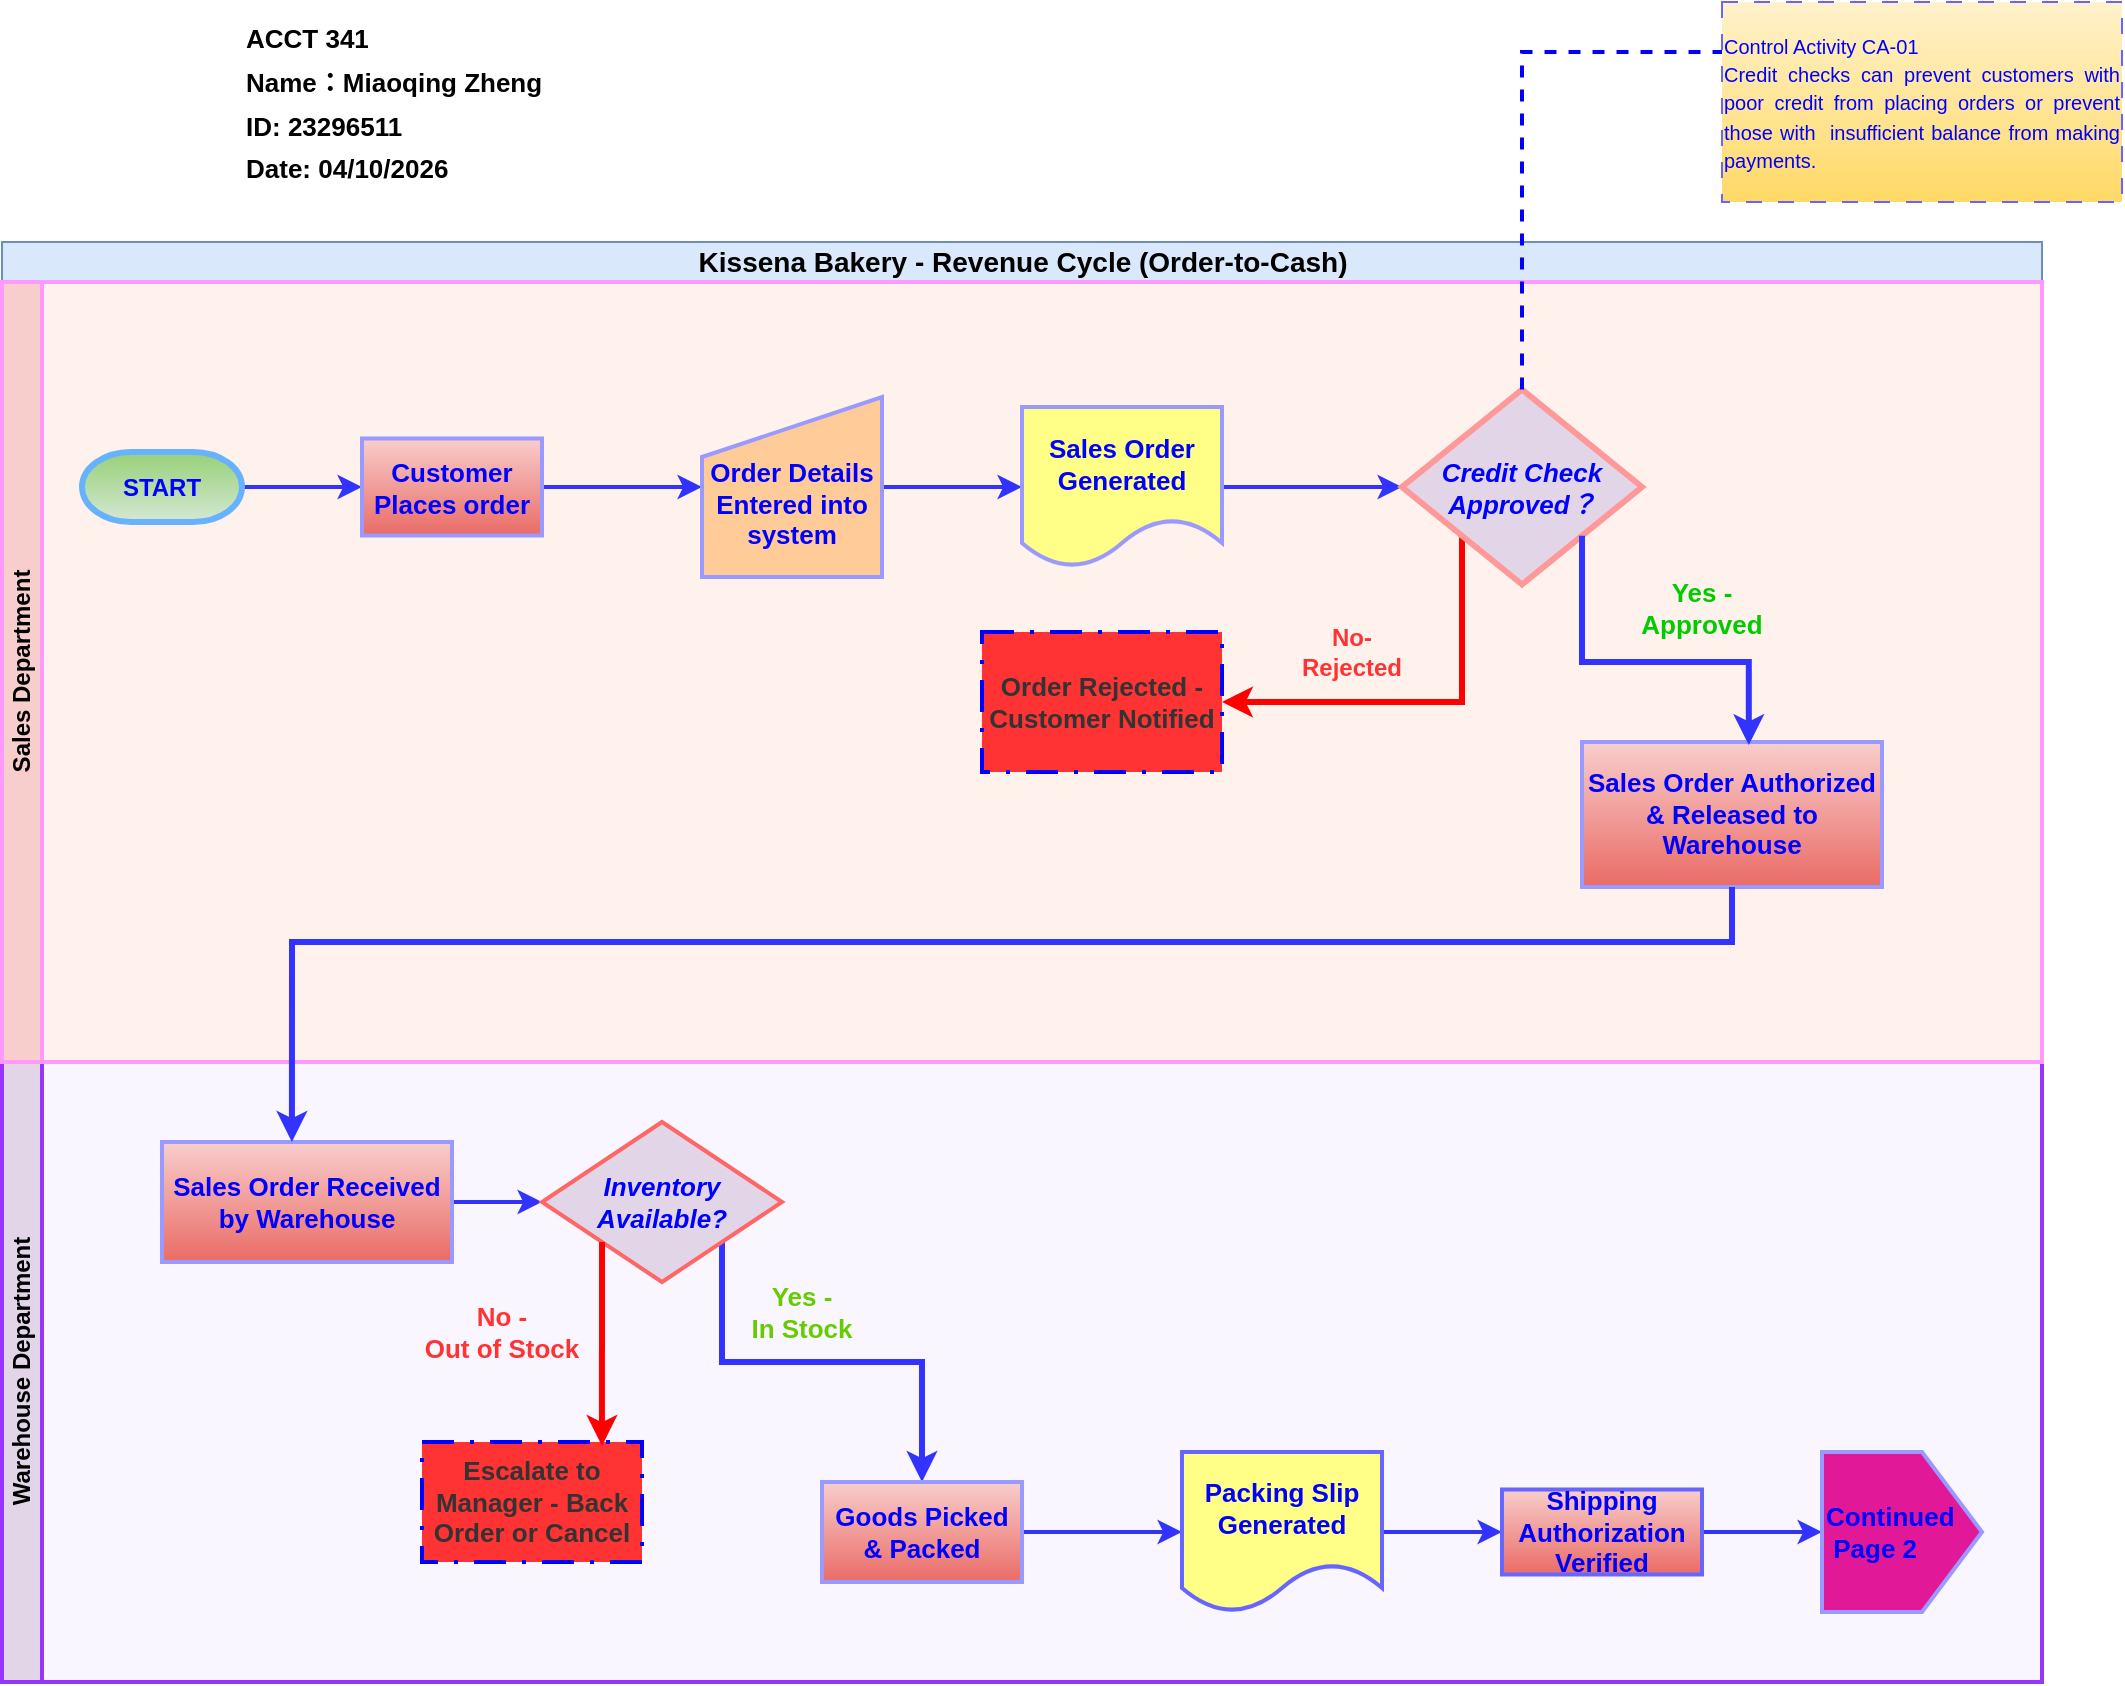
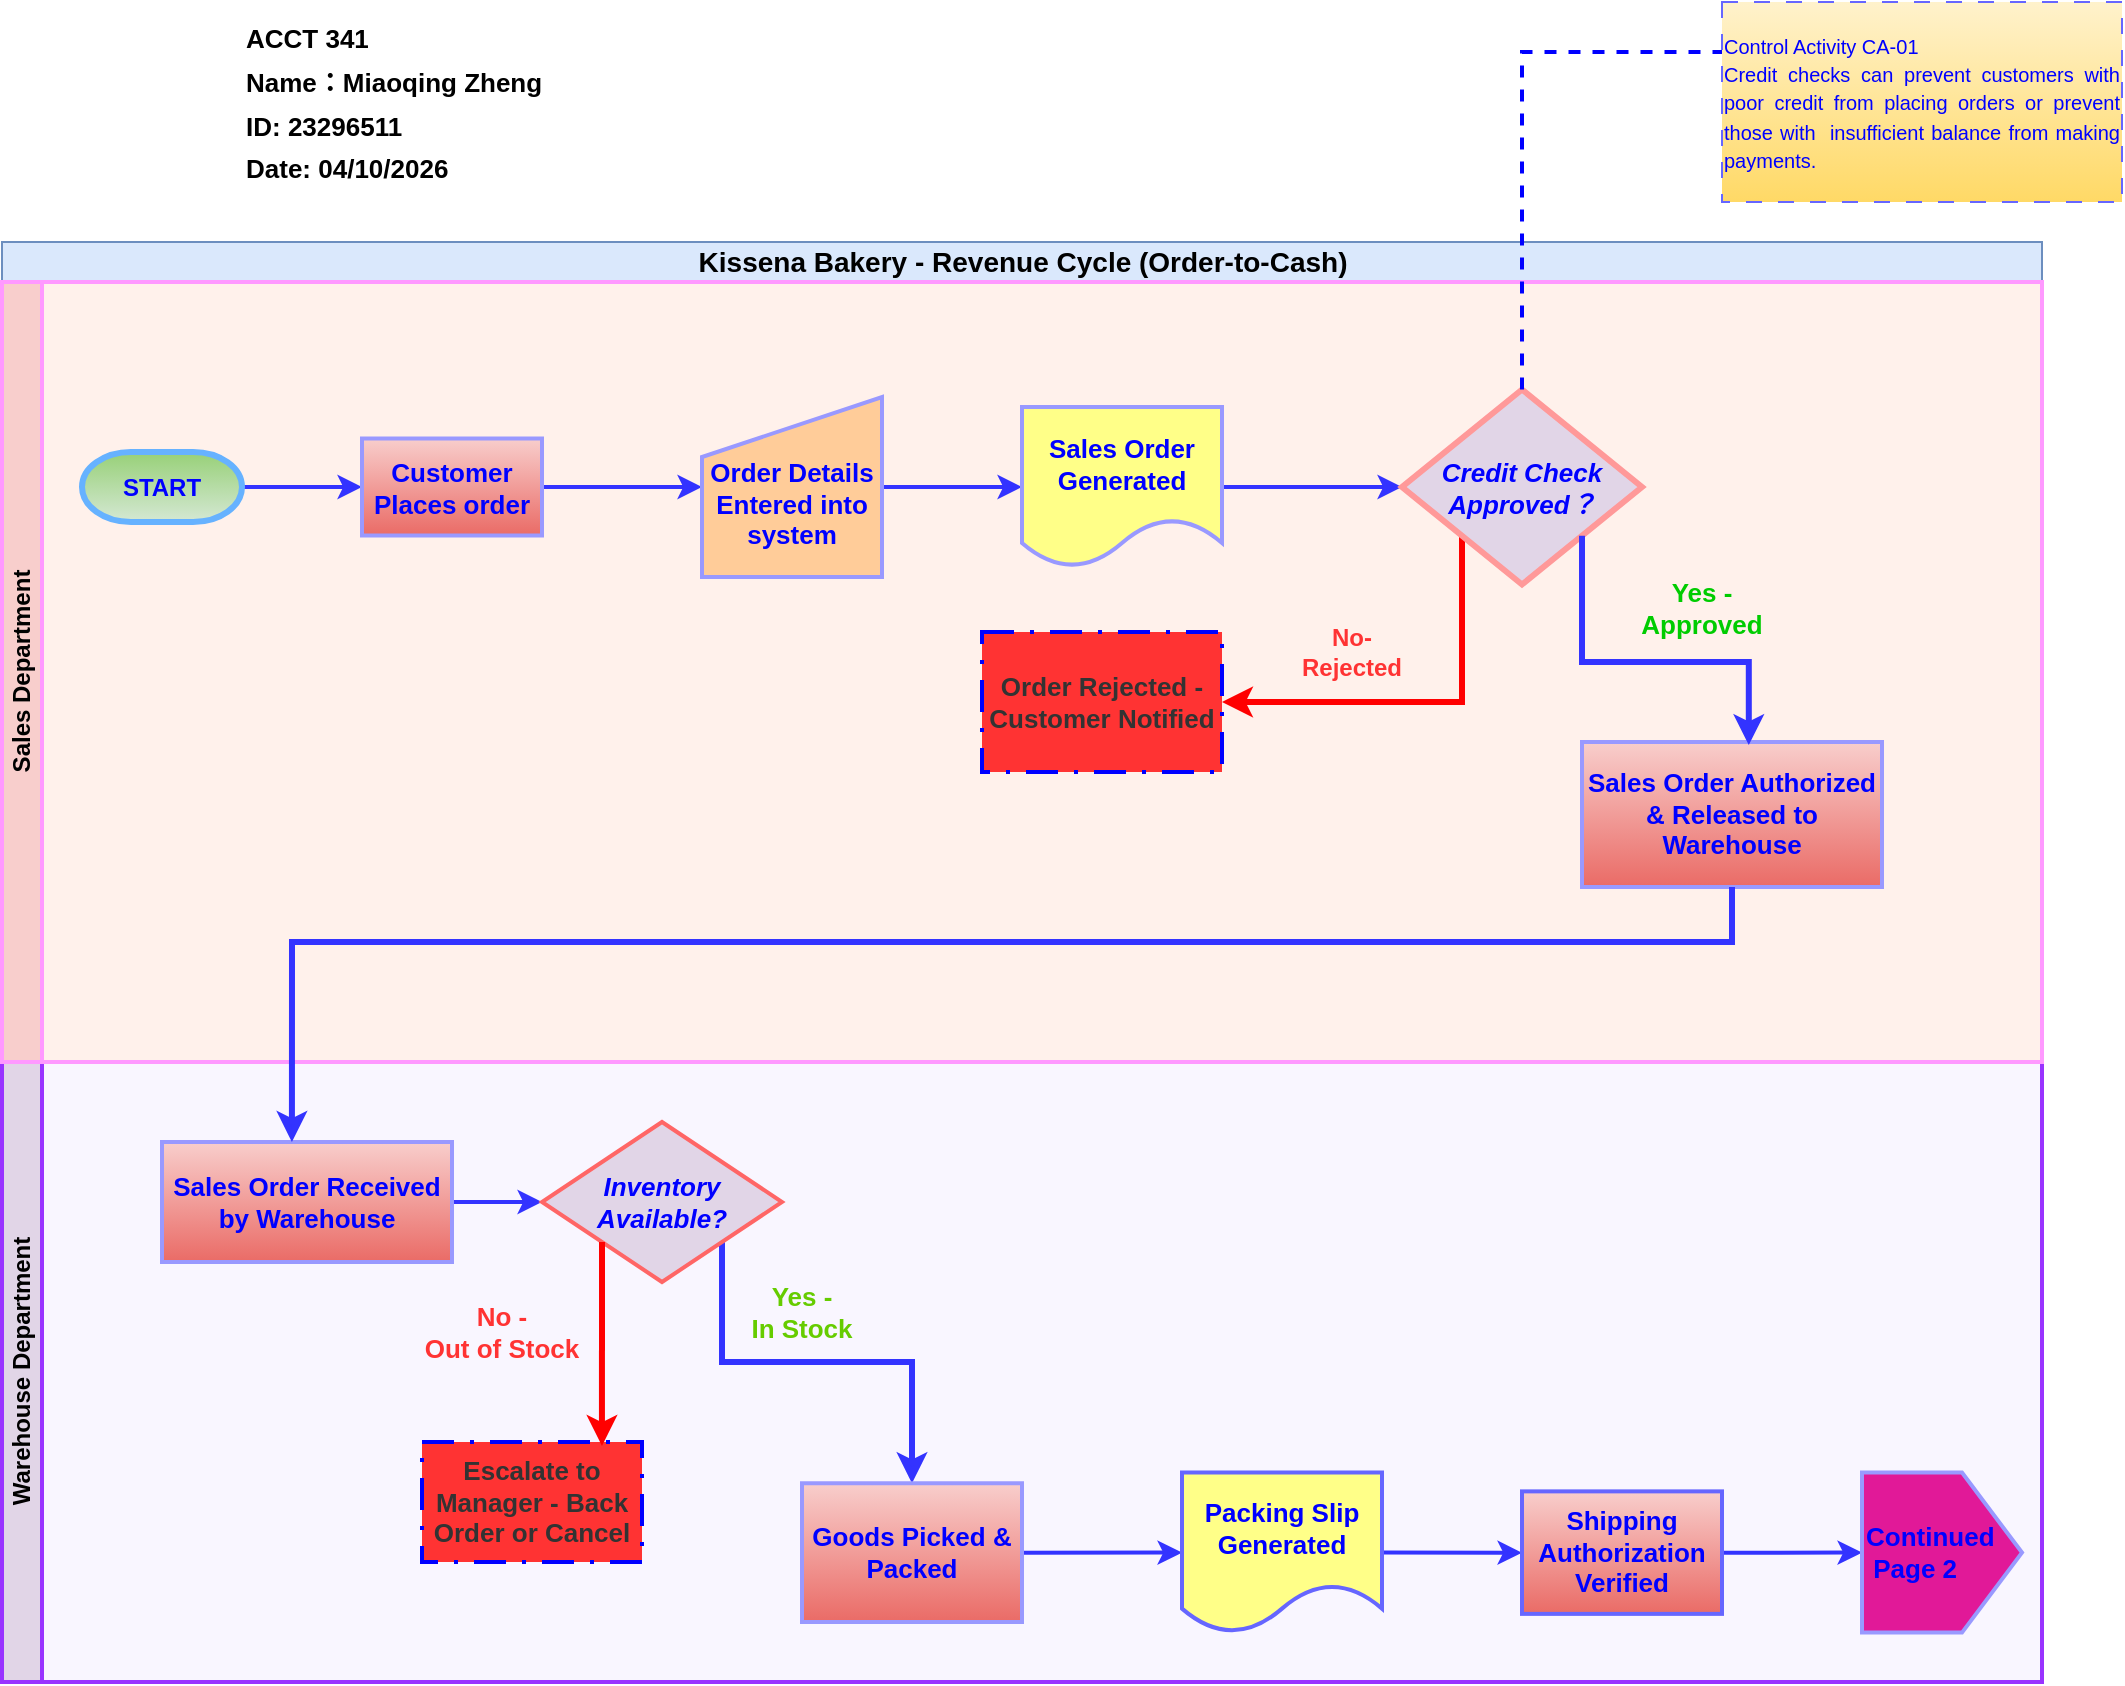
<mxfile host="app.diagrams.net" agent="Mozilla/5.0 (Windows NT 10.0; Win64; x64) AppleWebKit/537.36 (KHTML, like Gecko) Chrome/146.0.0.0 Safari/537.36" pages="2">
  <diagram name="Page 1" id="klMabU_GDppZGB9yFFRy">
    <mxGraphModel dx="1265" dy="860" grid="1" gridSize="10" guides="1" tooltips="1" connect="1" arrows="1" fold="1" page="1" pageScale="1" pageWidth="1100" pageHeight="850" math="0" shadow="0">
      <root>
        <mxCell id="0" />
        <mxCell id="1" parent="0" />
        <mxCell id="0vQu63eh7_hz7IOFjZfk-1" parent="1" style="swimlane;childLayout=stackLayout;resizeParent=1;resizeParentMax=0;horizontal=1;startSize=20;horizontalStack=0;html=1;fillColor=#dae8fc;strokeColor=#6c8ebf;" value="&lt;div style=&quot;text-align: start;&quot;&gt;&lt;font style=&quot;font-size: 14px;&quot;&gt;Kissena Bakery - Revenue Cycle (Order-to-Cash)&lt;/font&gt;&lt;/div&gt;" vertex="1">
          <mxGeometry height="20" width="1020" x="40" y="130" as="geometry" />
        </mxCell>
        <mxCell id="0YdZOAwKbOOHbmaocjk8-1" parent="1" style="text;html=1;whiteSpace=wrap;strokeColor=none;fillColor=none;align=left;verticalAlign=middle;rounded=0;fontSize=18;fontStyle=1" value="&lt;div&gt;&lt;font style=&quot;font-size: 13px;&quot;&gt;ACCT 341&lt;/font&gt;&lt;/div&gt;&lt;font style=&quot;font-size: 13px;&quot;&gt;Name：Miaoqing Zheng&lt;/font&gt;&lt;div&gt;&lt;font style=&quot;font-size: 13px;&quot;&gt;ID: 23296511&lt;/font&gt;&lt;/div&gt;&lt;div&gt;&lt;font style=&quot;font-size: 13px;&quot;&gt;Date: 04/10/2026&lt;/font&gt;&lt;/div&gt;" vertex="1">
          <mxGeometry height="60" width="329" x="160" y="30" as="geometry" />
        </mxCell>
        <mxCell id="0vQu63eh7_hz7IOFjZfk-3" parent="1" style="swimlane;startSize=20;horizontal=0;html=1;fillColor=#e1d5e7;strokeColor=#9933FF;strokeWidth=2;swimlaneFillColor=#F9F6FF;" value="Warehouse Department" vertex="1">
          <mxGeometry height="310" width="1020" x="40" y="540" as="geometry" />
        </mxCell>
        <mxCell id="pGH0SQg9JUakCyH8bkGQ-32" edge="1" parent="0vQu63eh7_hz7IOFjZfk-3" source="0vQu63eh7_hz7IOFjZfk-73" style="edgeStyle=orthogonalEdgeStyle;rounded=0;orthogonalLoop=1;jettySize=auto;html=1;exitX=1;exitY=0.5;exitDx=0;exitDy=0;entryX=0;entryY=0.5;entryDx=0;entryDy=0;strokeColor=#3333FF;strokeWidth=2;" target="0vQu63eh7_hz7IOFjZfk-92">
          <mxGeometry relative="1" as="geometry" />
        </mxCell>
        <mxCell id="0vQu63eh7_hz7IOFjZfk-73" parent="0vQu63eh7_hz7IOFjZfk-3" style="html=1;dashed=0;whiteSpace=wrap;fillColor=#f8cecc;gradientColor=#ea6b66;strokeColor=#9999FF;strokeWidth=2;" value="&lt;font style=&quot;font-size: 13px; color: rgb(0, 0, 255);&quot;&gt;&lt;b&gt;Sales Order Received by Warehouse&lt;/b&gt;&lt;/font&gt;" vertex="1">
          <mxGeometry height="60" width="145" x="80" y="40" as="geometry" />
        </mxCell>
        <mxCell id="JjxT6XXtwAddX6sOskqe-8" edge="1" parent="0vQu63eh7_hz7IOFjZfk-3" source="0vQu63eh7_hz7IOFjZfk-92" style="edgeStyle=orthogonalEdgeStyle;rounded=0;orthogonalLoop=1;jettySize=auto;html=1;exitX=1;exitY=1;exitDx=0;exitDy=0;entryX=0.5;entryY=0;entryDx=0;entryDy=0;strokeColor=#3333FF;strokeWidth=3;" target="0vQu63eh7_hz7IOFjZfk-106">
          <mxGeometry relative="1" as="geometry">
            <Array as="points">
              <mxPoint x="360" y="150" />
-               <mxPoint x="460" y="150" />
+               <mxPoint x="455" y="150" />
            </Array>
          </mxGeometry>
        </mxCell>
        <mxCell id="0vQu63eh7_hz7IOFjZfk-92" parent="0vQu63eh7_hz7IOFjZfk-3" style="rhombus;whiteSpace=wrap;html=1;fillColor=#e1d5e7;strokeColor=light-dark(#FF6666,#FF3333);strokeWidth=2;" value="&lt;font style=&quot;font-size: 13px; color: rgb(0, 0, 255);&quot;&gt;&lt;b&gt;&lt;i&gt;Inventory Available?&lt;/i&gt;&lt;/b&gt;&lt;/font&gt;" vertex="1">
          <mxGeometry height="80" width="120" x="270" y="30" as="geometry" />
        </mxCell>
        <mxCell id="0vQu63eh7_hz7IOFjZfk-96" parent="0vQu63eh7_hz7IOFjZfk-3" style="html=1;dashed=1;whiteSpace=wrap;fillColor=#FF3333;strokeColor=#0000FF;fontColor=#ffffff;dashPattern=8 4 1 4;strokeWidth=2;" value="&lt;b&gt;&lt;font style=&quot;font-size: 13px; color: rgb(51, 51, 51);&quot;&gt;Escalate to Manager - Back Order or Cancel&lt;/font&gt;&lt;/b&gt;" vertex="1">
          <mxGeometry height="60" width="110" x="210" y="190" as="geometry" />
        </mxCell>
        <mxCell id="46-Umk2mzS9Czotzx1H9-6" edge="1" parent="0vQu63eh7_hz7IOFjZfk-3" source="0vQu63eh7_hz7IOFjZfk-106" style="edgeStyle=orthogonalEdgeStyle;rounded=0;orthogonalLoop=1;jettySize=auto;html=1;exitX=1;exitY=0.5;exitDx=0;exitDy=0;entryX=0;entryY=0.5;entryDx=0;entryDy=0;strokeColor=#3333FF;strokeWidth=2;" target="0vQu63eh7_hz7IOFjZfk-110">
          <mxGeometry relative="1" as="geometry" />
        </mxCell>
        <mxCell id="0vQu63eh7_hz7IOFjZfk-106" parent="0vQu63eh7_hz7IOFjZfk-3" style="html=1;dashed=0;whiteSpace=wrap;strokeWidth=2;fillColor=#f8cecc;gradientColor=#ea6b66;strokeColor=#9999FF;" value="&lt;font style=&quot;font-size: 13px; color: rgb(0, 0, 255);&quot;&gt;&lt;b&gt;Goods Picked &amp;amp; Packed&lt;/b&gt;&lt;/font&gt;" vertex="1">
-           <mxGeometry height="50" width="100" x="410" y="210" as="geometry" />
+           <mxGeometry height="69.37" width="110" x="400" y="210.63" as="geometry" />
        </mxCell>
        <mxCell id="46-Umk2mzS9Czotzx1H9-8" edge="1" parent="0vQu63eh7_hz7IOFjZfk-3" source="0vQu63eh7_hz7IOFjZfk-110" style="edgeStyle=orthogonalEdgeStyle;rounded=0;orthogonalLoop=1;jettySize=auto;html=1;exitX=1;exitY=0.5;exitDx=0;exitDy=0;entryX=0;entryY=0.5;entryDx=0;entryDy=0;strokeColor=#3333FF;strokeWidth=2;" target="0vQu63eh7_hz7IOFjZfk-112">
          <mxGeometry relative="1" as="geometry" />
        </mxCell>
        <mxCell id="0vQu63eh7_hz7IOFjZfk-110" parent="0vQu63eh7_hz7IOFjZfk-3" style="shape=document;whiteSpace=wrap;html=1;boundedLbl=1;strokeWidth=2;fillColor=#ffff88;strokeColor=#6666FF;" value="&lt;font style=&quot;font-size: 13px; color: rgb(0, 0, 255);&quot;&gt;&lt;b&gt;Packing Slip Generated&lt;/b&gt;&lt;/font&gt;" vertex="1">
-           <mxGeometry height="80" width="100" x="590" y="195" as="geometry" />
+           <mxGeometry height="80" width="100" x="590" y="205.31" as="geometry" />
        </mxCell>
        <mxCell id="G1smnQENkRiUrPdJOTDi-2" edge="1" parent="0vQu63eh7_hz7IOFjZfk-3" source="0vQu63eh7_hz7IOFjZfk-112" style="edgeStyle=orthogonalEdgeStyle;rounded=0;orthogonalLoop=1;jettySize=auto;html=1;exitX=1;exitY=0.5;exitDx=0;exitDy=0;entryX=0.5;entryY=0;entryDx=0;entryDy=0;strokeColor=#3333FF;strokeWidth=2;" target="G1smnQENkRiUrPdJOTDi-1">
          <mxGeometry relative="1" as="geometry" />
        </mxCell>
        <mxCell id="0vQu63eh7_hz7IOFjZfk-112" parent="0vQu63eh7_hz7IOFjZfk-3" style="html=1;dashed=0;whiteSpace=wrap;strokeColor=#6666FF;fillColor=#f8cecc;gradientColor=#ea6b66;fontStyle=1;strokeWidth=2;" value="&lt;font style=&quot;font-size: 13px; color: rgb(0, 0, 255);&quot;&gt;Shipping Authorization Verified&lt;/font&gt;" vertex="1">
-           <mxGeometry height="42.5" width="100" x="750" y="213.75" as="geometry" />
+           <mxGeometry height="61.25" width="100" x="760" y="214.69" as="geometry" />
        </mxCell>
        <mxCell id="0vQu63eh7_hz7IOFjZfk-98" parent="0vQu63eh7_hz7IOFjZfk-3" style="text;html=1;whiteSpace=wrap;strokeColor=none;fillColor=none;align=center;verticalAlign=middle;rounded=0;fontColor=#FF3333;" value="&lt;font style=&quot;font-size: 13px;&quot;&gt;&lt;b&gt;No - &lt;br&gt;Out of Stock&lt;/b&gt;&lt;/font&gt;" vertex="1">
          <mxGeometry height="30" width="80" x="210" y="120" as="geometry" />
        </mxCell>
        <mxCell id="G1smnQENkRiUrPdJOTDi-1" parent="0vQu63eh7_hz7IOFjZfk-3" style="shape=offPageConnector;whiteSpace=wrap;html=1;direction=north;strokeColor=#9999FF;fillColor=#E11998;align=left;strokeWidth=2;" value="&lt;b style=&quot;color: rgb(0, 0, 255); font-size: 13px; text-wrap-mode: nowrap;&quot;&gt;Continued&lt;br&gt;&amp;nbsp;Page 2&lt;/b&gt;" vertex="1">
-           <mxGeometry height="80" width="80" x="910" y="195" as="geometry" />
+           <mxGeometry height="80" width="80" x="930" y="205.31" as="geometry" />
        </mxCell>
        <mxCell id="46-Umk2mzS9Czotzx1H9-12" parent="0vQu63eh7_hz7IOFjZfk-3" style="text;html=1;whiteSpace=wrap;strokeColor=none;fillColor=none;align=center;verticalAlign=middle;rounded=0;" value="&lt;b style=&quot;color: rgb(102, 204, 0);&quot;&gt;&lt;font style=&quot;font-size: 13px;&quot;&gt;Yes -&lt;br&gt;In Stock&lt;/font&gt;&lt;/b&gt;" vertex="1">
          <mxGeometry height="30" width="80" x="360" y="110" as="geometry" />
        </mxCell>
        <mxCell id="JjxT6XXtwAddX6sOskqe-13" edge="1" parent="0vQu63eh7_hz7IOFjZfk-3" source="0vQu63eh7_hz7IOFjZfk-92" style="edgeStyle=orthogonalEdgeStyle;rounded=0;orthogonalLoop=1;jettySize=auto;html=1;exitX=0;exitY=1;exitDx=0;exitDy=0;entryX=0.818;entryY=0.033;entryDx=0;entryDy=0;entryPerimeter=0;strokeColor=#FF0000;strokeWidth=3;" target="0vQu63eh7_hz7IOFjZfk-96">
          <mxGeometry relative="1" as="geometry" />
        </mxCell>
        <mxCell id="0vQu63eh7_hz7IOFjZfk-2" parent="1" style="swimlane;startSize=20;horizontal=0;html=1;fillColor=#f8cecc;strokeColor=#FF99FF;strokeWidth=2;fillStyle=solid;swimlaneFillColor=#FFF1EB;" value="Sales Department" vertex="1">
          <mxGeometry height="390" width="1020" x="40" y="150" as="geometry">
            <mxRectangle height="30" width="610" y="20" as="alternateBounds" />
          </mxGeometry>
        </mxCell>
        <mxCell id="0vQu63eh7_hz7IOFjZfk-43" edge="1" parent="0vQu63eh7_hz7IOFjZfk-2" source="0vQu63eh7_hz7IOFjZfk-10" style="edgeStyle=orthogonalEdgeStyle;rounded=0;orthogonalLoop=1;jettySize=auto;html=1;exitX=0;exitY=0.5;exitDx=0;exitDy=0;exitPerimeter=0;entryX=0;entryY=0.5;entryDx=0;entryDy=0;strokeColor=#3333FF;strokeWidth=2;" target="0vQu63eh7_hz7IOFjZfk-15">
          <mxGeometry relative="1" as="geometry" />
        </mxCell>
        <mxCell id="0vQu63eh7_hz7IOFjZfk-10" parent="0vQu63eh7_hz7IOFjZfk-2" style="strokeWidth=3;html=1;shape=mxgraph.flowchart.terminator;whiteSpace=wrap;direction=west;fillColor=#d5e8d4;gradientColor=#97d077;strokeColor=#66B2FF;" value="&lt;b&gt;&lt;font style=&quot;color: rgb(0, 0, 255);&quot;&gt;START&lt;/font&gt;&lt;/b&gt;" vertex="1">
          <mxGeometry height="35" width="80" x="40" y="85" as="geometry" />
        </mxCell>
        <mxCell id="46-Umk2mzS9Czotzx1H9-2" edge="1" parent="0vQu63eh7_hz7IOFjZfk-2" source="0vQu63eh7_hz7IOFjZfk-15" style="edgeStyle=orthogonalEdgeStyle;rounded=0;orthogonalLoop=1;jettySize=auto;html=1;exitX=1;exitY=0.5;exitDx=0;exitDy=0;entryX=0;entryY=0.5;entryDx=0;entryDy=0;strokeColor=#3333FF;strokeWidth=2;" target="0vQu63eh7_hz7IOFjZfk-20">
          <mxGeometry relative="1" as="geometry" />
        </mxCell>
        <mxCell id="0vQu63eh7_hz7IOFjZfk-15" parent="0vQu63eh7_hz7IOFjZfk-2" style="html=1;dashed=0;whiteSpace=wrap;strokeWidth=2;fillColor=#f8cecc;strokeColor=#9999FF;gradientColor=#ea6b66;" value="&lt;font style=&quot;font-size: 13px; color: rgb(0, 0, 255);&quot;&gt;&lt;b style=&quot;&quot;&gt;Customer Places order&lt;/b&gt;&lt;/font&gt;" vertex="1">
          <mxGeometry height="48.5" width="90" x="180" y="78.25" as="geometry" />
        </mxCell>
        <mxCell id="46-Umk2mzS9Czotzx1H9-3" edge="1" parent="0vQu63eh7_hz7IOFjZfk-2" source="0vQu63eh7_hz7IOFjZfk-20" style="edgeStyle=orthogonalEdgeStyle;rounded=0;orthogonalLoop=1;jettySize=auto;html=1;exitX=1;exitY=0.5;exitDx=0;exitDy=0;entryX=0;entryY=0.5;entryDx=0;entryDy=0;strokeColor=#3333FF;strokeWidth=2;" target="0vQu63eh7_hz7IOFjZfk-30">
          <mxGeometry relative="1" as="geometry" />
        </mxCell>
        <mxCell id="0vQu63eh7_hz7IOFjZfk-20" parent="0vQu63eh7_hz7IOFjZfk-2" style="shape=manualInput;whiteSpace=wrap;html=1;align=center;fillColor=#ffcc99;strokeColor=#9999FF;strokeWidth=2;" value="&lt;div style=&quot;&quot;&gt;&lt;span style=&quot;background-color: transparent;&quot;&gt;&lt;b style=&quot;&quot;&gt;&lt;font style=&quot;font-size: 13px; color: rgb(0, 0, 255);&quot;&gt;&lt;br&gt;&lt;/font&gt;&lt;/b&gt;&lt;/span&gt;&lt;/div&gt;&lt;div style=&quot;&quot;&gt;&lt;span style=&quot;background-color: transparent;&quot;&gt;&lt;b style=&quot;&quot;&gt;&lt;font style=&quot;font-size: 13px; color: rgb(0, 0, 255);&quot;&gt;Order Details Entered into system&lt;/font&gt;&lt;/b&gt;&lt;/span&gt;&lt;/div&gt;" vertex="1">
          <mxGeometry height="90" width="90" x="350" y="57.5" as="geometry" />
        </mxCell>
        <mxCell id="0vQu63eh7_hz7IOFjZfk-35" edge="1" parent="0vQu63eh7_hz7IOFjZfk-2" style="edgeStyle=orthogonalEdgeStyle;rounded=0;orthogonalLoop=1;jettySize=auto;html=1;exitX=0;exitY=0.5;exitDx=0;exitDy=0;">
          <mxGeometry relative="1" as="geometry">
            <mxPoint x="410" y="105" as="sourcePoint" />
            <mxPoint x="410" y="105" as="targetPoint" />
          </mxGeometry>
        </mxCell>
        <mxCell id="46-Umk2mzS9Czotzx1H9-4" edge="1" parent="0vQu63eh7_hz7IOFjZfk-2" source="0vQu63eh7_hz7IOFjZfk-30" style="edgeStyle=orthogonalEdgeStyle;rounded=0;orthogonalLoop=1;jettySize=auto;html=1;exitX=1;exitY=0.5;exitDx=0;exitDy=0;entryX=0;entryY=0.5;entryDx=0;entryDy=0;strokeColor=#3333FF;strokeWidth=2;" target="0vQu63eh7_hz7IOFjZfk-34">
          <mxGeometry relative="1" as="geometry" />
        </mxCell>
        <mxCell id="0vQu63eh7_hz7IOFjZfk-30" parent="0vQu63eh7_hz7IOFjZfk-2" style="shape=document;whiteSpace=wrap;html=1;boundedLbl=1;strokeWidth=2;fillColor=#ffff88;strokeColor=#9999FF;" value="&lt;font style=&quot;font-size: 13px; color: rgb(0, 0, 255);&quot;&gt;&lt;b&gt;Sales Order Generated&lt;/b&gt;&lt;/font&gt;" vertex="1">
          <mxGeometry height="80" width="100" x="510" y="62.5" as="geometry" />
        </mxCell>
        <mxCell id="JjxT6XXtwAddX6sOskqe-11" edge="1" parent="0vQu63eh7_hz7IOFjZfk-2" source="0vQu63eh7_hz7IOFjZfk-34" style="edgeStyle=orthogonalEdgeStyle;rounded=0;orthogonalLoop=1;jettySize=auto;html=1;exitX=0;exitY=1;exitDx=0;exitDy=0;entryX=1;entryY=0.5;entryDx=0;entryDy=0;strokeColor=#FF0000;strokeWidth=3;" target="0vQu63eh7_hz7IOFjZfk-65">
          <mxGeometry relative="1" as="geometry">
            <Array as="points">
              <mxPoint x="730" y="210" />
            </Array>
          </mxGeometry>
        </mxCell>
        <mxCell id="0vQu63eh7_hz7IOFjZfk-34" parent="0vQu63eh7_hz7IOFjZfk-2" style="rhombus;whiteSpace=wrap;html=1;fillColor=#e1d5e7;strokeColor=#FF9999;strokeWidth=3;" value="&lt;font style=&quot;font-size: 13px; color: rgb(0, 0, 255);&quot;&gt;&lt;b&gt;&lt;i&gt;Credit Check Approved？&lt;/i&gt;&lt;/b&gt;&lt;/font&gt;" vertex="1">
          <mxGeometry height="97.5" width="120" x="700" y="53.75" as="geometry" />
        </mxCell>
        <mxCell id="0vQu63eh7_hz7IOFjZfk-60" parent="0vQu63eh7_hz7IOFjZfk-2" style="text;html=1;whiteSpace=wrap;strokeColor=none;fillColor=none;align=center;verticalAlign=middle;rounded=0;fontColor=#00CC00;" value="&lt;font style=&quot;font-size: 13px;&quot;&gt;&lt;b style=&quot;&quot;&gt;Yes - Approved&lt;/b&gt;&lt;/font&gt;" vertex="1">
          <mxGeometry height="30" width="80" x="810" y="147.5" as="geometry" />
        </mxCell>
        <mxCell id="0vQu63eh7_hz7IOFjZfk-65" parent="0vQu63eh7_hz7IOFjZfk-2" style="html=1;dashed=1;whiteSpace=wrap;strokeWidth=2;fillColor=light-dark(#FF3333,#FF3333);strokeColor=#0000FF;fontColor=#ffffff;fontStyle=1;dashPattern=8 4 1 4;" value="&lt;font style=&quot;font-size: 13px; color: rgb(51, 51, 51);&quot;&gt;Order Rejected - Customer Notified&lt;/font&gt;" vertex="1">
          <mxGeometry height="70" width="120" x="490" y="175" as="geometry" />
        </mxCell>
        <mxCell id="0vQu63eh7_hz7IOFjZfk-67" parent="0vQu63eh7_hz7IOFjZfk-2" style="html=1;dashed=0;whiteSpace=wrap;fillColor=#f8cecc;gradientColor=#ea6b66;strokeColor=#9999FF;strokeWidth=2;" value="&lt;font style=&quot;font-size: 13px; color: rgb(0, 0, 255);&quot;&gt;&lt;b&gt;Sales Order Authorized &amp;amp; Released to Warehouse&lt;/b&gt;&lt;/font&gt;" vertex="1">
          <mxGeometry height="72.5" width="150" x="790" y="230" as="geometry" />
        </mxCell>
        <mxCell id="DywWvH4VDf4e1SjyT3sU-3" parent="0vQu63eh7_hz7IOFjZfk-2" style="text;html=1;whiteSpace=wrap;strokeColor=none;fillColor=none;align=center;verticalAlign=middle;rounded=0;fontSize=12;fontStyle=1;fontColor=#FF3333;" value="&lt;span&gt;&lt;font style=&quot;&quot;&gt;No-Rejected&lt;/font&gt;&lt;/span&gt;" vertex="1">
          <mxGeometry height="30" width="70" x="640" y="170" as="geometry" />
        </mxCell>
        <mxCell id="JjxT6XXtwAddX6sOskqe-5" edge="1" parent="0vQu63eh7_hz7IOFjZfk-2" source="0vQu63eh7_hz7IOFjZfk-34" style="edgeStyle=orthogonalEdgeStyle;rounded=0;orthogonalLoop=1;jettySize=auto;html=1;exitX=1;exitY=1;exitDx=0;exitDy=0;entryX=0.556;entryY=0.021;entryDx=0;entryDy=0;entryPerimeter=0;strokeColor=#3333FF;strokeWidth=3;" target="0vQu63eh7_hz7IOFjZfk-67">
          <mxGeometry relative="1" as="geometry">
            <Array as="points">
              <mxPoint x="790" y="190" />
              <mxPoint x="873" y="190" />
            </Array>
          </mxGeometry>
        </mxCell>
        <mxCell id="0vQu63eh7_hz7IOFjZfk-86" edge="1" parent="1" source="0vQu63eh7_hz7IOFjZfk-67" style="edgeStyle=orthogonalEdgeStyle;rounded=0;orthogonalLoop=1;jettySize=auto;html=1;exitX=0.5;exitY=1;exitDx=0;exitDy=0;entryX=0.448;entryY=0;entryDx=0;entryDy=0;entryPerimeter=0;fontColor=#0000CC;strokeColor=#3333FF;strokeWidth=3;" target="0vQu63eh7_hz7IOFjZfk-73">
          <mxGeometry relative="1" as="geometry">
            <Array as="points">
              <mxPoint x="905" y="480" />
              <mxPoint x="185" y="480" />
            </Array>
          </mxGeometry>
        </mxCell>
        <mxCell id="pGH0SQg9JUakCyH8bkGQ-23" parent="1" style="html=1;dashed=1;whiteSpace=wrap;dashPattern=8 8;fillColor=#fff2cc;gradientColor=#ffd966;strokeColor=light-dark(#6666FF,#6D5100);strokeWidth=1;" value="&lt;div style=&quot;text-align: justify;&quot;&gt;&lt;span style=&quot;font-size: 10px; background-color: transparent;&quot;&gt;&lt;font style=&quot;color: rgb(0, 0, 255);&quot;&gt;Control Activity&amp;nbsp;CA-01&lt;/font&gt;&lt;/span&gt;&lt;/div&gt;&lt;font style=&quot;color: rgb(0, 0, 255);&quot;&gt;&lt;div style=&quot;text-align: justify;&quot;&gt;&lt;span style=&quot;font-size: 10px; background-color: transparent;&quot;&gt;Credit checks can prevent customers with poor credit from placing orders or prevent those with&amp;nbsp; insufficient balance from making payments.&lt;/span&gt;&lt;/div&gt;&lt;/font&gt;" vertex="1">
          <mxGeometry height="100" width="200" x="900" y="10" as="geometry" />
        </mxCell>
        <mxCell id="pGH0SQg9JUakCyH8bkGQ-28" edge="1" parent="1" source="0vQu63eh7_hz7IOFjZfk-34" style="edgeStyle=orthogonalEdgeStyle;rounded=0;orthogonalLoop=1;jettySize=auto;html=1;exitX=0.5;exitY=0;exitDx=0;exitDy=0;entryX=0;entryY=0.25;entryDx=0;entryDy=0;endArrow=none;endFill=0;dashed=1;strokeWidth=2;strokeColor=#0000FF;" target="pGH0SQg9JUakCyH8bkGQ-23">
          <mxGeometry relative="1" as="geometry">
            <Array as="points">
              <mxPoint x="800" y="35" />
            </Array>
          </mxGeometry>
        </mxCell>
      </root>
    </mxGraphModel>
  </diagram>
  <diagram id="ZDdy4ylPSpOC2Ge6VpiW" name="Page 2">
    <mxGraphModel dx="1075" dy="731" grid="1" gridSize="10" guides="1" tooltips="1" connect="1" arrows="1" fold="1" page="1" pageScale="1" pageWidth="1100" pageHeight="850" math="0" shadow="0">
      <root>
        <mxCell id="0" />
        <mxCell id="1" parent="0" />
        <mxCell id="_GW_QHAqRueJzuYdTQVs-1" parent="1" style="swimlane;startSize=20;horizontal=0;html=1;fillColor=#E1D5E7;strokeColor=#9933FF;strokeWidth=2;swimlaneFillColor=#F9F6FF;" value="Warehouse Department" vertex="1">
          <mxGeometry height="270" width="1020" x="40" y="155" as="geometry" />
        </mxCell>
        <mxCell id="JTW380UVqBL9k5zzlviH-1" parent="_GW_QHAqRueJzuYdTQVs-1" style="html=1;dashed=0;whiteSpace=wrap;fillColor=#f8cecc;gradientColor=#ea6b66;strokeColor=#9999FF;strokeWidth=2;" value="&lt;font style=&quot;font-size: 13px; color: rgb(0, 0, 255);&quot;&gt;&lt;b&gt;Goods Dispatched to Customer&lt;/b&gt;&lt;/font&gt;" vertex="1">
          <mxGeometry height="50" width="100" x="220" y="75" as="geometry" />
        </mxCell>
        <mxCell id="Y0x97Svv89Kf0asxUhHi-3" edge="1" parent="_GW_QHAqRueJzuYdTQVs-1" source="Y0x97Svv89Kf0asxUhHi-1" style="edgeStyle=orthogonalEdgeStyle;rounded=0;orthogonalLoop=1;jettySize=auto;html=1;exitX=0.5;exitY=1;exitDx=0;exitDy=0;entryX=0;entryY=0.5;entryDx=0;entryDy=0;strokeWidth=2;strokeColor=#0000FF;" target="JTW380UVqBL9k5zzlviH-1">
          <mxGeometry relative="1" as="geometry" />
        </mxCell>
        <mxCell id="Y0x97Svv89Kf0asxUhHi-1" parent="_GW_QHAqRueJzuYdTQVs-1" style="shape=offPageConnector;whiteSpace=wrap;html=1;direction=north;strokeColor=#9999FF;fillColor=#E11998;align=left;strokeWidth=2;" value="&lt;b style=&quot;color: rgb(0, 0, 255); font-size: 13px; text-wrap-mode: nowrap;&quot;&gt;Continued&lt;br&gt;&amp;nbsp;Page 2&lt;/b&gt;" vertex="1">
          <mxGeometry height="80" width="80" x="70" y="60" as="geometry" />
        </mxCell>
        <mxCell id="VSqCA1LAcqbEIX1a-AIG-1" parent="1" style="swimlane;startSize=20;horizontal=0;html=1;whiteSpace=wrap;fillColor=#ffcc99;strokeColor=#FF9933;strokeWidth=2;swimlaneFillColor=#FFFEDF;" value="&lt;span style=&quot;text-wrap-mode: nowrap;&quot;&gt;Billing /&lt;/span&gt;&lt;br style=&quot;text-wrap-mode: nowrap;&quot;&gt;&lt;span style=&quot;text-wrap-mode: nowrap;&quot;&gt;Accounts Receivable&lt;/span&gt;" vertex="1">
          <mxGeometry height="220" width="1020" x="40" y="425" as="geometry" />
        </mxCell>
        <mxCell id="P3YaCky24gQnAikYR2Y3-1" edge="1" parent="VSqCA1LAcqbEIX1a-AIG-1" source="2IOCe_ZcG10jMQKezpJ2-1" style="edgeStyle=orthogonalEdgeStyle;rounded=1;orthogonalLoop=1;jettySize=auto;html=1;exitX=0.5;exitY=1;exitDx=0;exitDy=0;entryX=0;entryY=0.5;entryDx=0;entryDy=0;strokeColor=#0000FF;strokeWidth=2;" target="2IOCe_ZcG10jMQKezpJ2-2">
          <mxGeometry relative="1" as="geometry" />
        </mxCell>
        <mxCell id="2IOCe_ZcG10jMQKezpJ2-1" parent="VSqCA1LAcqbEIX1a-AIG-1" style="html=1;dashed=0;whiteSpace=wrap;strokeWidth=2;fillColor=#f8cecc;gradientColor=#ea6b66;strokeColor=#9999FF;" value="&lt;b&gt;&lt;font style=&quot;font-size: 13px; color: rgb(0, 0, 255);&quot;&gt;Dispatch Confirmation Received&lt;/font&gt;&lt;/b&gt;" vertex="1">
          <mxGeometry height="50" width="100" x="50" y="50" as="geometry" />
        </mxCell>
        <mxCell id="2IOCe_ZcG10jMQKezpJ2-2" parent="VSqCA1LAcqbEIX1a-AIG-1" style="shape=document;whiteSpace=wrap;html=1;boundedLbl=1;fillColor=#ffff88;strokeColor=#9999FF;strokeWidth=2;" value="&lt;font style=&quot;font-size: 13px; color: rgb(0, 0, 255);&quot;&gt;&lt;b&gt;Invoice Generated &amp;amp; Sent to Customer&lt;/b&gt;&lt;/font&gt;" vertex="1">
          <mxGeometry height="80" width="120" x="180" y="110" as="geometry" />
        </mxCell>
        <mxCell id="KsxiR5SY5I83CpnIQ7mC-6" edge="1" parent="VSqCA1LAcqbEIX1a-AIG-1" source="dAGMuh-EUK1Y8pTE6-PC-2" style="edgeStyle=orthogonalEdgeStyle;rounded=0;orthogonalLoop=1;jettySize=auto;html=1;exitX=1;exitY=0.5;exitDx=0;exitDy=0;entryX=0;entryY=0.5;entryDx=0;entryDy=0;strokeColor=#0000FF;strokeWidth=2;" target="dAGMuh-EUK1Y8pTE6-PC-4">
          <mxGeometry relative="1" as="geometry" />
        </mxCell>
        <mxCell id="dAGMuh-EUK1Y8pTE6-PC-2" parent="VSqCA1LAcqbEIX1a-AIG-1" style="html=1;dashed=0;whiteSpace=wrap;strokeWidth=2;fillColor=#f8cecc;gradientColor=#ea6b66;strokeColor=#9999FF;" value="&lt;b&gt;&lt;font style=&quot;font-size: 13px; color: rgb(0, 0, 255);&quot;&gt;Payment Received from Customer&lt;/font&gt;&lt;/b&gt;" vertex="1">
          <mxGeometry height="50" width="110" x="370" y="127.5" as="geometry" />
        </mxCell>
        <mxCell id="KsxiR5SY5I83CpnIQ7mC-8" edge="1" parent="VSqCA1LAcqbEIX1a-AIG-1" source="dAGMuh-EUK1Y8pTE6-PC-4" style="edgeStyle=orthogonalEdgeStyle;rounded=0;orthogonalLoop=1;jettySize=auto;html=1;exitX=1;exitY=0.5;exitDx=0;exitDy=0;entryX=0;entryY=0.5;entryDx=0;entryDy=0;strokeColor=#0000FF;strokeWidth=2;" target="dAGMuh-EUK1Y8pTE6-PC-6">
          <mxGeometry relative="1" as="geometry" />
        </mxCell>
        <mxCell id="dAGMuh-EUK1Y8pTE6-PC-4" parent="VSqCA1LAcqbEIX1a-AIG-1" style="shape=document;whiteSpace=wrap;html=1;boundedLbl=1;fillColor=#ffff88;strokeColor=#9999FF;strokeWidth=2;" value="&lt;font style=&quot;font-size: 13px; color: rgb(0, 0, 255);&quot;&gt;&lt;b&gt;Remittance Advice Recorded&lt;/b&gt;&lt;/font&gt;" vertex="1">
          <mxGeometry height="75" width="110" x="590" y="115" as="geometry" />
        </mxCell>
        <mxCell id="dAGMuh-EUK1Y8pTE6-PC-6" parent="VSqCA1LAcqbEIX1a-AIG-1" style="html=1;dashed=0;whiteSpace=wrap;strokeWidth=2;fillColor=#f8cecc;gradientColor=#ea6b66;strokeColor=#9999FF;" value="&lt;b&gt;&lt;font style=&quot;font-size: 13px; color: rgb(0, 0, 255);&quot;&gt;Cash Posted to Accounts Receivable&lt;/font&gt;&lt;/b&gt;" vertex="1">
          <mxGeometry height="50" width="110" x="760" y="127.5" as="geometry" />
        </mxCell>
        <mxCell id="dAGMuh-EUK1Y8pTE6-PC-8" parent="VSqCA1LAcqbEIX1a-AIG-1" style="strokeWidth=3;html=1;shape=mxgraph.flowchart.terminator;whiteSpace=wrap;fillColor=#66FF66;gradientColor=#97d077;strokeColor=#66B2FF;" value="&lt;font style=&quot;font-size: 13px; color: rgb(0, 0, 255);&quot;&gt;&lt;b&gt;END&lt;/b&gt;&lt;/font&gt;" vertex="1">
          <mxGeometry height="45" width="90" x="920" y="127.5" as="geometry" />
        </mxCell>
        <mxCell id="uHHicwT-v_B4AunEQLIp-2" edge="1" parent="VSqCA1LAcqbEIX1a-AIG-1" source="dAGMuh-EUK1Y8pTE6-PC-6" style="edgeStyle=orthogonalEdgeStyle;rounded=0;orthogonalLoop=1;jettySize=auto;html=1;exitX=1;exitY=0.5;exitDx=0;exitDy=0;entryX=0.111;entryY=0.556;entryDx=0;entryDy=0;entryPerimeter=0;strokeWidth=2;strokeColor=#0000FF;" target="dAGMuh-EUK1Y8pTE6-PC-8">
          <mxGeometry relative="1" as="geometry" />
        </mxCell>
        <mxCell id="P3YaCky24gQnAikYR2Y3-3" edge="1" parent="VSqCA1LAcqbEIX1a-AIG-1" source="2IOCe_ZcG10jMQKezpJ2-2" style="edgeStyle=orthogonalEdgeStyle;rounded=1;orthogonalLoop=1;jettySize=auto;html=1;exitX=1;exitY=0.5;exitDx=0;exitDy=0;entryX=0.091;entryY=0.441;entryDx=0;entryDy=0;entryPerimeter=0;strokeColor=#0000FF;strokeWidth=2;" target="dAGMuh-EUK1Y8pTE6-PC-2">
          <mxGeometry relative="1" as="geometry" />
        </mxCell>
        <mxCell id="Oa-XKvtrxW7EkG24Ys6A-1" parent="VSqCA1LAcqbEIX1a-AIG-1" style="text;html=1;whiteSpace=wrap;strokeColor=none;fillColor=none;align=center;verticalAlign=middle;rounded=0;" value="&lt;font style=&quot;color: rgb(255, 128, 0);&quot;&gt;Customer&lt;br&gt;Remits Payment&lt;/font&gt;" vertex="1">
          <mxGeometry height="30" width="60" x="500" y="115" as="geometry" />
        </mxCell>
        <mxCell id="dAGMuh-EUK1Y8pTE6-PC-10" edge="1" parent="1" source="JTW380UVqBL9k5zzlviH-1" style="edgeStyle=orthogonalEdgeStyle;rounded=0;orthogonalLoop=1;jettySize=auto;html=1;exitX=0.5;exitY=1;exitDx=0;exitDy=0;entryX=0.5;entryY=0;entryDx=0;entryDy=0;strokeColor=#0000FF;strokeWidth=3;" target="2IOCe_ZcG10jMQKezpJ2-1">
          <mxGeometry relative="1" as="geometry" />
        </mxCell>
        <mxCell id="Vm9v1WHijWWdkQHgRR_g-1" parent="1" style="text;html=1;whiteSpace=wrap;strokeColor=none;fillColor=none;align=center;verticalAlign=middle;rounded=0;" value="&lt;div style=&quot;font-weight: 700; text-align: left;&quot;&gt;&lt;font style=&quot;font-size: 13px;&quot;&gt;ACCT 341&lt;/font&gt;&lt;/div&gt;&lt;span style=&quot;font-weight: 700; text-align: left;&quot;&gt;&lt;font style=&quot;font-size: 13px;&quot;&gt;Name：Miaoqing Zheng&lt;/font&gt;&lt;/span&gt;&lt;div style=&quot;font-weight: 700; text-align: left;&quot;&gt;&lt;font style=&quot;font-size: 13px;&quot;&gt;ID: 23296511&lt;/font&gt;&lt;/div&gt;&lt;div style=&quot;font-weight: 700; text-align: left;&quot;&gt;&lt;font style=&quot;font-size: 13px;&quot;&gt;Date：04/10/2026&lt;/font&gt;&lt;/div&gt;" vertex="1">
          <mxGeometry height="30" width="220" x="130" y="80" as="geometry" />
        </mxCell>
      </root>
    </mxGraphModel>
  </diagram>
</mxfile>
